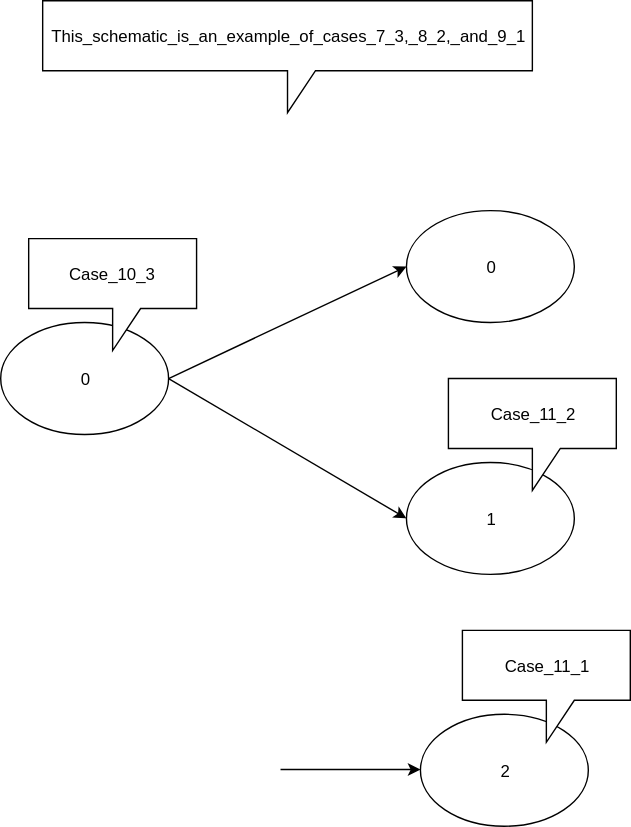
Above: svg/js-compiler/test_diagrams/tee.svg in bmfbp/bmfbp (draw.io), before the change. Source tidied: cells renumbered, new cells last; positions are measured from the earlier drawing's top-left corner, leaving out a move shared by most shapes.
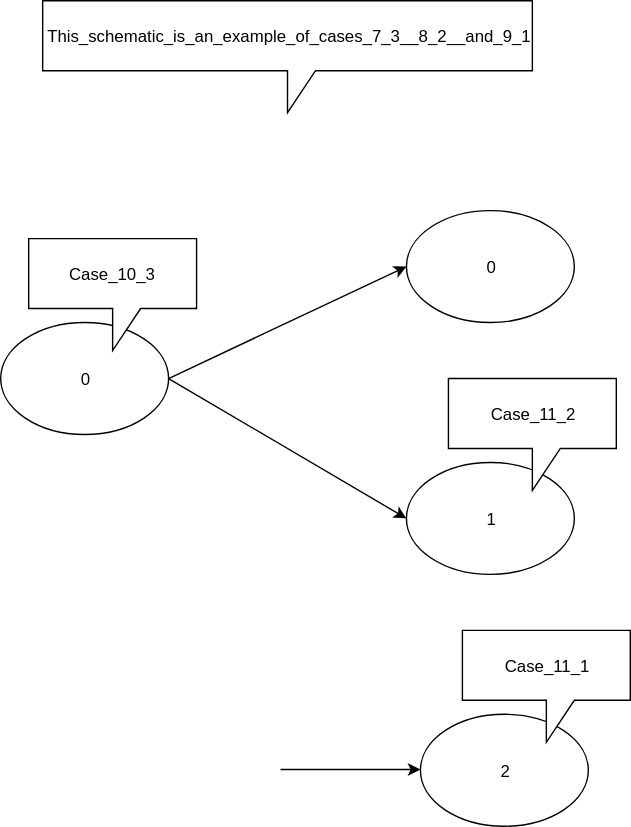
After the change.

Commit message:
changes to remove whitespace from diagrams (will be undone later)

Change to the diagram source:
```diff
@@ -11,7 +11,7 @@
     <mxCell id="4" value="1" style="ellipse;whiteSpace=wrap;html=1;" parent="1" vertex="1">
       <mxGeometry x="290" y="330" width="120" height="80" as="geometry" />
     </mxCell>
-    <mxCell id="5" value="This_schematic_is_an_example_of_cases_7_3,_8_2,_and_9_1" style="shape=callout;whiteSpace=wrap;html=1;perimeter=calloutPerimeter;" parent="1" vertex="1">
+    <mxCell id="5" value="This_schematic_is_an_example_of_cases_7_3__8_2__and_9_1" style="shape=callout;whiteSpace=wrap;html=1;perimeter=calloutPerimeter;" parent="1" vertex="1">
       <mxGeometry x="30" width="350" height="80" as="geometry" />
     </mxCell>
     <mxCell id="6" style="endArrow=classic;html=1;exitX=1;exitY=0.5;exitDx=0;exitDy=0;entryX=0;entryY=0.5;entryDx=0;entryDy=0;" parent="1" edge="1" source="2" target="3">
```
